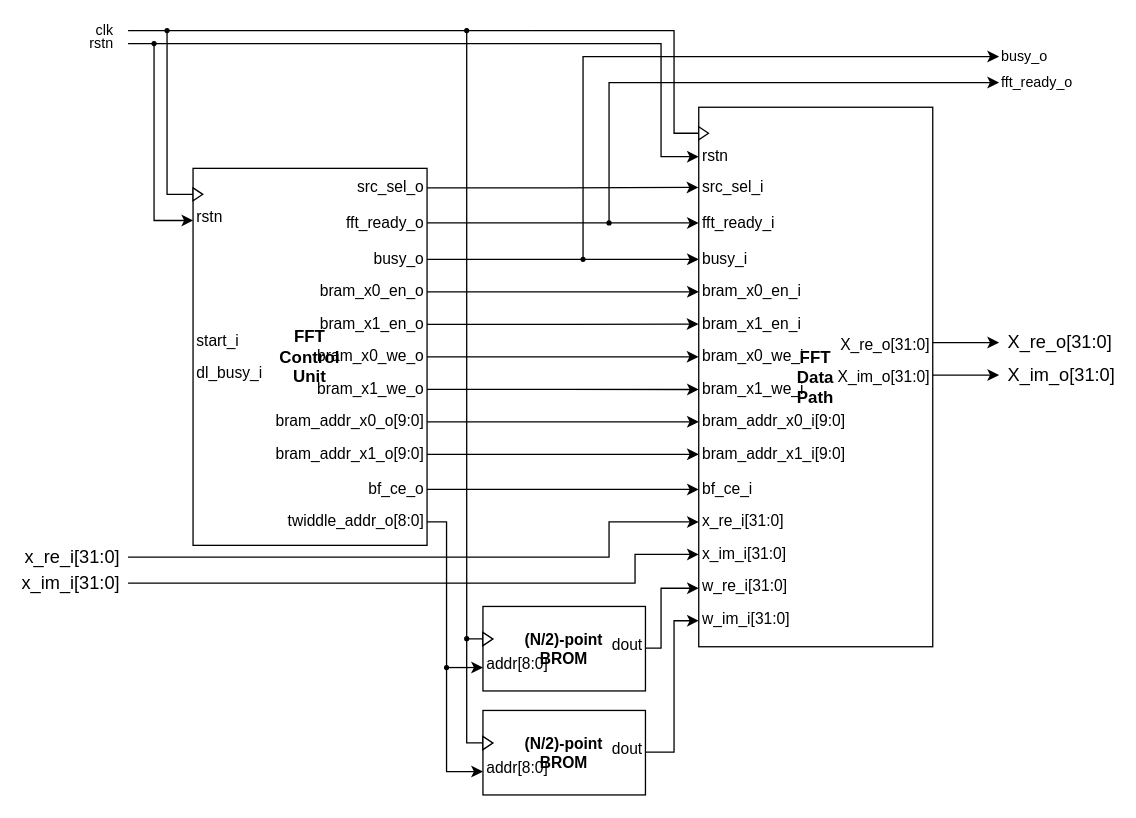
The draw.io diagram 01_doc/03_drawings/01_design/fft/fft_architecture.drawio in Diogofernandes5/mthesis, before the edit. Source tidied: cells renumbered, new cells numbered last; positions are measured from the earlier drawing's top-left corner, leaving out a move shared by most shapes. Both pictures are drawn from the tidied source at 130%, with x=0, y=0 at pixel (127, 30).
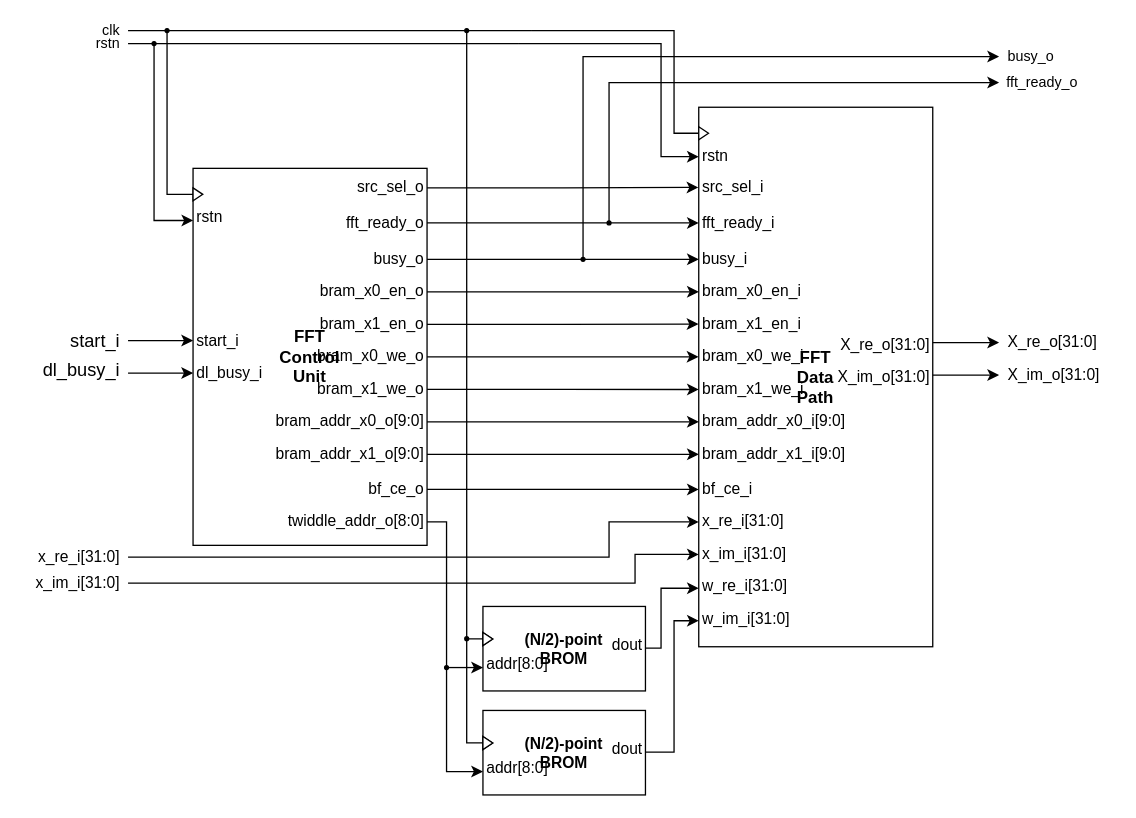
After the change.

The change refers to these unchanged cells:
```xml
<mxCell id="7" value="start_i" style="text;html=1;align=left;verticalAlign=middle;points=[];strokeColor=none;fillColor=none;spacing=0;fontFamily=NewsGotT;spacingLeft=3;spacingRight=-10;spacingBottom=-2;spacingTop=-2;" parent="1" vertex="1">
  <mxGeometry x="50" y="228.5" width="35" height="20" as="geometry" />
</mxCell>
<mxCell id="8" value="dl_busy_i" style="text;html=1;align=left;verticalAlign=middle;points=[];strokeColor=none;fillColor=none;spacing=0;fontFamily=NewsGotT;spacingLeft=3;spacingRight=-10;spacingBottom=-2;spacingTop=-2;" parent="1" vertex="1">
  <mxGeometry x="50" y="253.5" width="50" height="20" as="geometry" />
</mxCell>
<mxCell id="40" value="x_re_i[31:0]" style="text;html=1;align=left;verticalAlign=middle;points=[];strokeColor=none;fillColor=none;fontFamily=NewsGotT;fontSize=12;fontColor=default;spacing=0;spacingRight=-9;spacingLeft=3;spacingBottom=-2;spacingTop=-2;" parent="1" vertex="1">
  <mxGeometry x="439" y="368" width="60" height="20" as="geometry" />
</mxCell>
<mxCell id="41" value="x_im_i[31:0]" style="text;html=1;align=left;verticalAlign=middle;points=[];strokeColor=none;fillColor=none;fontFamily=NewsGotT;fontSize=12;fontColor=default;spacing=0;spacingRight=-9;spacingLeft=3;spacingBottom=-2;spacingTop=-2;" parent="1" vertex="1">
  <mxGeometry x="439" y="393" width="65" height="20" as="geometry" />
</mxCell>
<mxCell id="53" value="X_re_o[31:0]" style="text;html=1;align=right;verticalAlign=middle;points=[];strokeColor=none;fillColor=none;fontFamily=NewsGotT;fontSize=12;fontColor=default;spacing=0;spacingRight=3;spacingLeft=-9;spacingBottom=-2;spacingTop=-2;" parent="1" vertex="1">
  <mxGeometry x="554" y="231.5" width="65" height="20" as="geometry" />
</mxCell>
<mxCell id="55" value="X_im_o[31:0]" style="text;html=1;align=right;verticalAlign=middle;points=[];strokeColor=none;fillColor=none;fontFamily=NewsGotT;fontSize=12;fontColor=default;spacing=0;spacingRight=3;spacingLeft=-9;spacingBottom=-2;spacingTop=-2;" parent="1" vertex="1">
  <mxGeometry x="554" y="256.5" width="65" height="20" as="geometry" />
</mxCell>
```

Diff of the diagram source:
```diff
@@
     <mxCell id="2" value="clk" style="endArrow=none;html=1;rounded=0;align=right;fontFamily=NewsGotT;" parent="1" edge="1">
-      <mxGeometry x="-1" y="-10" relative="1" as="geometry">
+      <mxGeometry x="-1" y="-5" relative="1" as="geometry">
         <mxPoint as="sourcePoint" />
         <mxPoint x="310" as="targetPoint" />
-        <mxPoint x="-10" y="-10" as="offset" />
+        <mxPoint x="-5" y="-5" as="offset" />
       </mxGeometry>
     </mxCell>
     <mxCell id="3" value="rstn" style="endArrow=none;html=1;rounded=0;align=right;labelBackgroundColor=none;fontFamily=NewsGotT;" parent="1" edge="1">
-      <mxGeometry x="-1" y="-10" relative="1" as="geometry">
+      <mxGeometry x="-1" y="-5" relative="1" as="geometry">
         <mxPoint y="10" as="sourcePoint" />
         <mxPoint x="300" y="10" as="targetPoint" />
-        <mxPoint x="-10" y="-10" as="offset" />
+        <mxPoint x="-5" y="-5" as="offset" />
       </mxGeometry>
     </mxCell>
@@
+    <mxCell id="75" value="start_i" style="edgeStyle=orthogonalEdgeStyle;shape=connector;rounded=0;jettySize=auto;html=1;strokeColor=default;align=right;verticalAlign=middle;fontFamily=NewsGotT;fontSize=14;fontColor=default;fontStyle=0;labelBackgroundColor=default;endArrow=classic;" parent="1" edge="1" target="7">
+      <mxGeometry x="-1" y="-5" relative="1" as="geometry">
+        <mxPoint y="238.5" as="sourcePoint" />
+        <Array as="points">
+          <mxPoint y="239" />
+        </Array>
+        <mxPoint x="-5" y="-5" as="offset" />
+      </mxGeometry>
+    </mxCell>
@@
+    <mxCell id="76" value="dl_busy_i" style="edgeStyle=orthogonalEdgeStyle;shape=connector;rounded=0;jettySize=auto;html=1;strokeColor=default;align=right;verticalAlign=middle;fontFamily=NewsGotT;fontSize=14;fontColor=default;fontStyle=0;labelBackgroundColor=default;endArrow=classic;" parent="1" edge="1" target="8">
+      <mxGeometry x="-1" y="6" relative="1" as="geometry">
+        <mxPoint y="263.5" as="sourcePoint" />
+        <Array as="points">
+          <mxPoint y="264" />
+        </Array>
+        <mxPoint x="-5" y="3" as="offset" />
+      </mxGeometry>
+    </mxCell>
@@
-    <mxCell id="39" value="x_re_i[31:0]" style="edgeStyle=orthogonalEdgeStyle;rounded=0;jettySize=auto;html=1;fontFamily=NewsGotT;fontSize=14;fontColor=default;fontStyle=0;align=right;" parent="1" edge="1" target="40">
+    <mxCell id="39" value="x_re_i[31:0]" style="edgeStyle=orthogonalEdgeStyle;rounded=0;jettySize=auto;html=1;fontFamily=NewsGotT;fontSize=12;fontColor=default;fontStyle=0;align=right;" parent="1" edge="1" target="40">
       <mxGeometry x="-1" y="-5" relative="1" as="geometry">
         <mxPoint y="405" as="sourcePoint" />
         <Array as="points">
           <mxPoint y="405" />
           <mxPoint x="370" y="405" />
           <mxPoint x="370" y="378" />
         </Array>
         <mxPoint x="-5" y="-5" as="offset" />
       </mxGeometry>
     </mxCell>
@@
-    <mxCell id="51" value="x_im_i[31:0]" style="edgeStyle=orthogonalEdgeStyle;rounded=0;jettySize=auto;html=1;fontFamily=NewsGotT;fontSize=14;fontColor=default;fontStyle=0;align=right;" parent="1" edge="1" target="41">
+    <mxCell id="51" value="x_im_i[31:0]" style="edgeStyle=orthogonalEdgeStyle;rounded=0;jettySize=auto;html=1;fontFamily=NewsGotT;fontSize=12;fontColor=default;fontStyle=0;align=right;" parent="1" edge="1" target="41">
       <mxGeometry x="-1" y="-5" relative="1" as="geometry">
         <mxPoint y="425" as="sourcePoint" />
         <Array as="points">
           <mxPoint y="425" />
           <mxPoint x="390" y="425" />
           <mxPoint x="390" y="403" />
         </Array>
         <mxPoint x="-5" y="-5" as="offset" />
       </mxGeometry>
     </mxCell>
-    <mxCell id="52" value="X_re_o[31:0]" style="edgeStyle=orthogonalEdgeStyle;rounded=0;jettySize=auto;html=1;fontFamily=NewsGotT;fontSize=14;fontColor=default;fontStyle=0;align=left;" parent="1" edge="1" source="53">
+    <mxCell id="52" value="X_re_o[31:0]" style="edgeStyle=orthogonalEdgeStyle;rounded=0;jettySize=auto;html=1;fontFamily=NewsGotT;fontSize=12;fontColor=default;fontStyle=0;align=left;" parent="1" edge="1" source="53">
       <mxGeometry x="1" y="-5" relative="1" as="geometry">
         <mxPoint x="670" y="240" as="targetPoint" />
         <Array as="points">
           <mxPoint x="645" y="240" />
           <mxPoint x="645" y="240" />
         </Array>
         <mxPoint x="5" y="-5" as="offset" />
       </mxGeometry>
     </mxCell>
@@
-    <mxCell id="54" value="X_im_o[31:0]" style="edgeStyle=orthogonalEdgeStyle;rounded=0;jettySize=auto;html=1;fontFamily=NewsGotT;fontSize=14;fontColor=default;fontStyle=0;align=left;" parent="1" edge="1" source="55">
+    <mxCell id="54" value="X_im_o[31:0]" style="edgeStyle=orthogonalEdgeStyle;rounded=0;jettySize=auto;html=1;fontFamily=NewsGotT;fontSize=12;fontColor=default;fontStyle=0;align=left;" parent="1" edge="1" source="55">
       <mxGeometry x="1" y="-5" relative="1" as="geometry">
         <mxPoint x="670" y="265" as="targetPoint" />
         <Array as="points">
           <mxPoint x="635" y="265" />
           <mxPoint x="635" y="265" />
         </Array>
         <mxPoint x="5" y="-5" as="offset" />
       </mxGeometry>
     </mxCell>
@@
-    <mxCell id="56" value="fft_ready_o" style="endArrow=classic;html=1;rounded=0;edgeStyle=orthogonalEdgeStyle;startArrow=oval;startFill=1;startSize=3;endFill=1;align=left;" parent="1" edge="1">
-      <mxGeometry x="1" relative="1" as="geometry">
+    <mxCell id="56" value="fft_ready_o" style="endArrow=classic;html=1;rounded=0;edgeStyle=orthogonalEdgeStyle;startArrow=oval;startFill=1;startSize=3;endFill=1;align=left;fontFamily=NewsGotT;" parent="1" edge="1">
+      <mxGeometry x="1" y="5" relative="1" as="geometry">
         <mxPoint x="370" y="148" as="sourcePoint" />
         <mxPoint x="670" y="40" as="targetPoint" />
         <Array as="points">
           <mxPoint x="370" y="40" />
           <mxPoint x="670" y="40" />
         </Array>
+        <mxPoint x="4" y="5" as="offset" />
       </mxGeometry>
     </mxCell>
-    <mxCell id="57" value="busy_o" style="endArrow=classic;html=1;rounded=0;edgeStyle=orthogonalEdgeStyle;startArrow=oval;startFill=1;startSize=3;endFill=1;align=left;" parent="1" edge="1">
-      <mxGeometry x="1" relative="1" as="geometry">
+    <mxCell id="57" value="busy_o" style="endArrow=classic;html=1;rounded=0;edgeStyle=orthogonalEdgeStyle;startArrow=oval;startFill=1;startSize=3;endFill=1;align=left;fontFamily=NewsGotT;" parent="1" edge="1">
+      <mxGeometry x="1" y="5" relative="1" as="geometry">
         <mxPoint x="350" y="176" as="sourcePoint" />
         <mxPoint x="670" y="20" as="targetPoint" />
         <Array as="points">
           <mxPoint x="350" y="20" />
           <mxPoint x="650" y="20" />
         </Array>
+        <mxPoint x="5" y="5" as="offset" />
       </mxGeometry>
     </mxCell>
```
